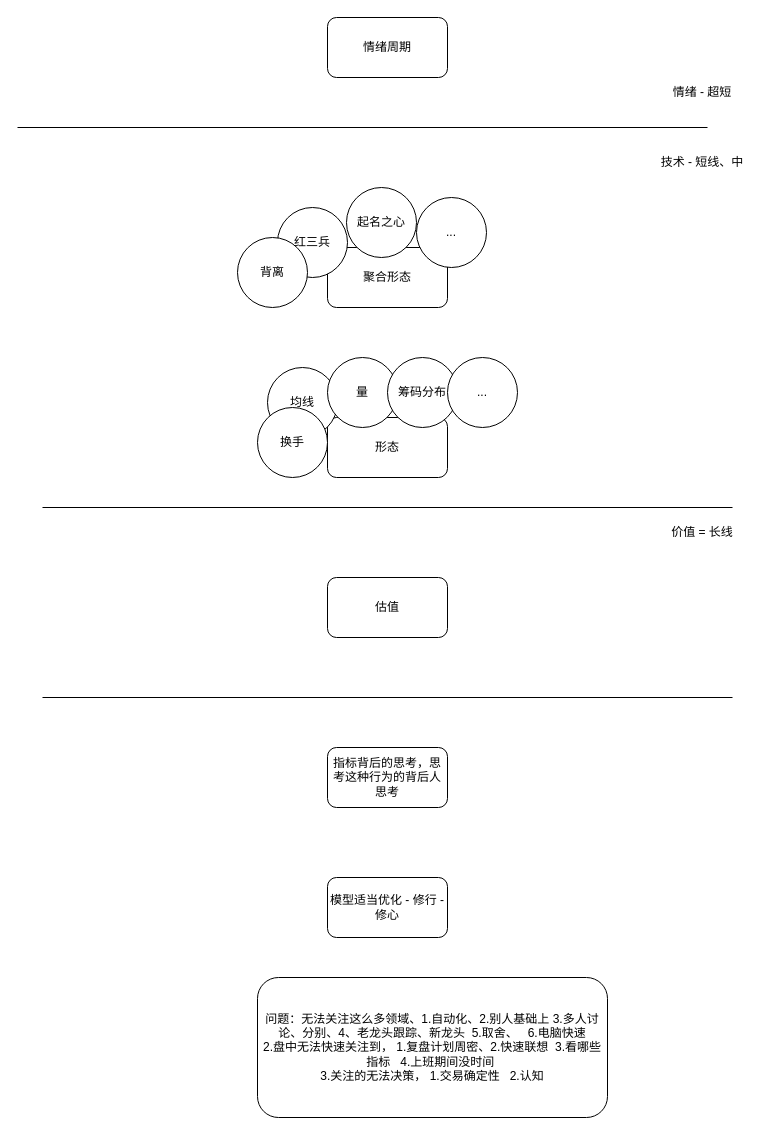
The draw.io diagram menus/弱转强.drawio in Asamiyaa/microservice-k8s-yun, before the edit. Source tidied: cells renumbered, new cells numbered last; positions are measured from the earlier drawing's top-left corner, leaving out a move shared by most shapes. Both pictures are drawn from the tidied source at 100%, with x=0, y=0 at pixel (17, 17).
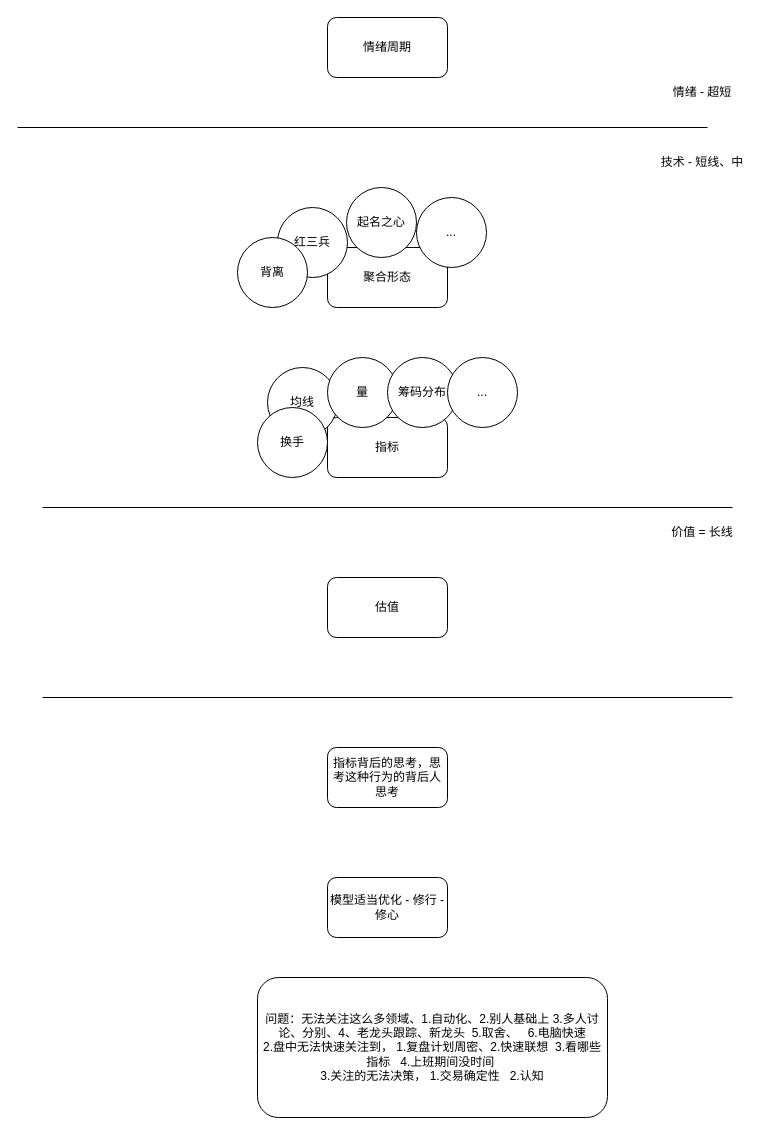
Above is the later version.

Commit message:
更新弱转强.drawio

Diff of the diagram source:
```diff
@@
-    <mxCell id="4" value="形态" style="rounded=1;whiteSpace=wrap;html=1;" parent="1" vertex="1">
+    <mxCell id="4" value="指标" style="rounded=1;whiteSpace=wrap;html=1;" parent="1" vertex="1">
       <mxGeometry x="310" y="400" width="120" height="60" as="geometry" />
     </mxCell>
```
